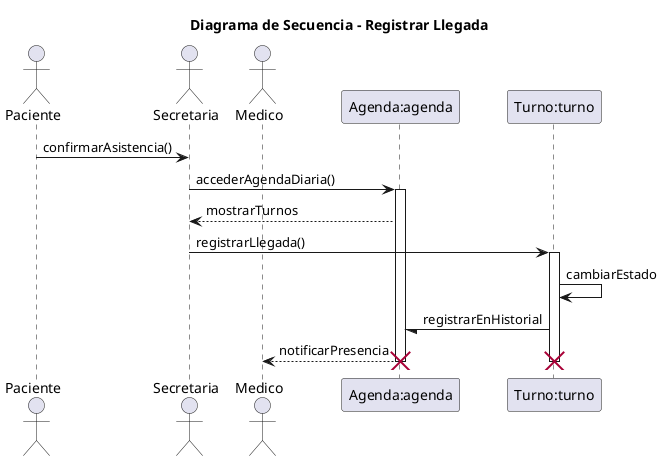
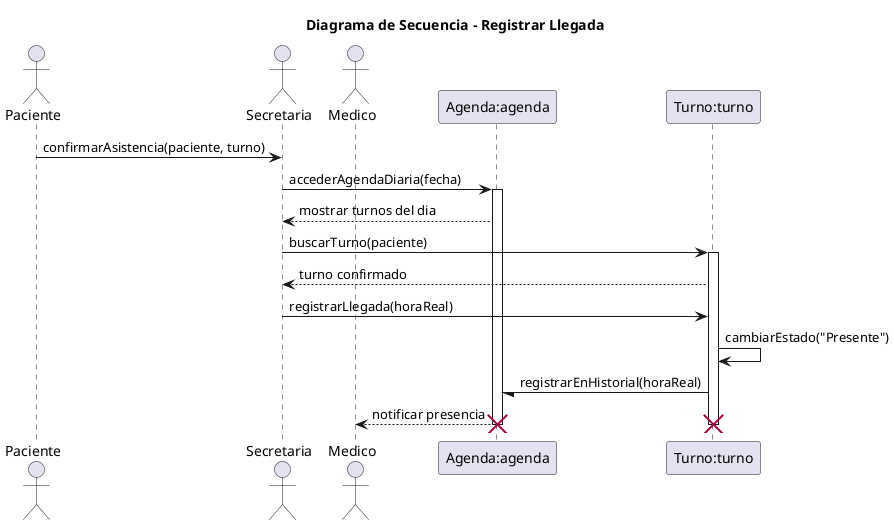
- @startuml 05-secuencia-registrar-llegada-04
+ @startuml 05-secuencia-registrar-llegada-05

title Diagrama de Secuencia - Registrar Llegada
- ' Nombre del escenario: Registrar Llegada del Paciente - Flujo Principal
- ' Archivo: diagramas/03-escenarios-casos-de-uso/03-registrar-llegada-flujo-principal.md
- ' Objetivo: Representar el registro de llegada de un paciente en el día de la cita, involucrando secretaria, paciente, médico y sistema, basado en responsabilidades de CRC (Secretaria gestiona turnos, Turno modifica estados, Medico atiende pacientes, Agenda muestra turnos).

actor Paciente as paciente
actor Secretaria as secretaria
actor Medico as medico
+ 
participant "Agenda:agenda" as agenda
participant "Turno:turno" as turno

- paciente -> secretaria: confirmarAsistencia()
+ paciente -> secretaria: confirmarAsistencia(paciente, turno)
+ secretaria -> agenda: accederAgendaDiaria(fecha)

- secretaria -> agenda: accederAgendaDiaria()
activate agenda

- agenda --> secretaria: mostrarTurnos
- secretaria -> turno: registrarLlegada()
+ agenda --> secretaria: mostrar turnos del dia
+ secretaria -> turno: buscarTurno(paciente)
+ 
activate turno

- turno -> turno: cambiarEstado
- turno -/ agenda: registrarEnHistorial
- 
- agenda --> medico: notificarPresencia
+ turno --> secretaria: turno confirmado
+ secretaria -> turno: registrarLlegada(horaReal)
+ turno -> turno: cambiarEstado("Presente")
+ turno -/ agenda: registrarEnHistorial(horaReal)
+ agenda --> medico: notificar presencia

deactivate turno
+ destroy turno
+ 
deactivate agenda
- 
- destroy turno
destroy agenda

@enduml